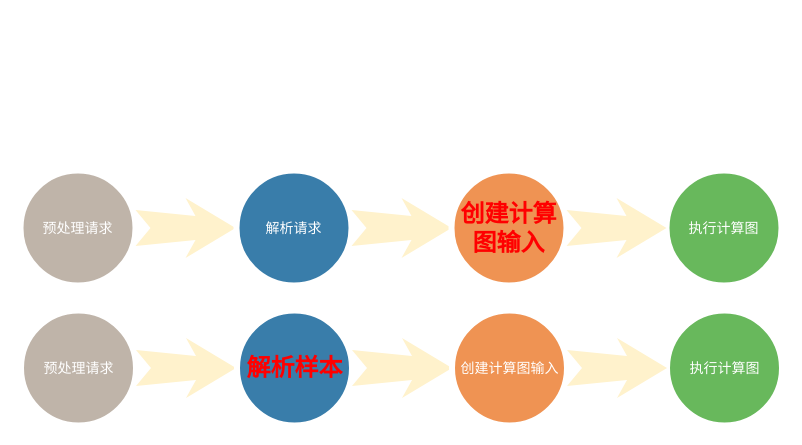
Before: serving四阶段图.drawio in 111qqz/2018FALL, a draw.io diagram. Source tidied: cells renumbered, new cells numbered last; positions are measured from the earlier drawing's top-left corner, leaving out a move shared by most shapes. Both pictures are drawn from the tidied source at 100%, with x=0, y=0 at pixel (20, 170).
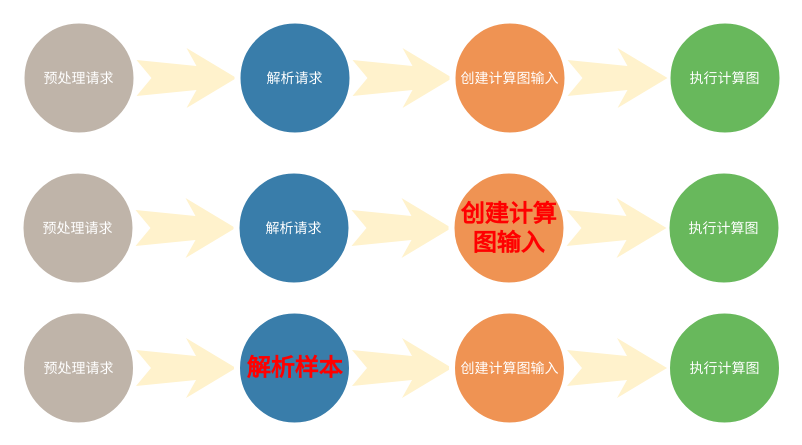
Above is the later version.

Commit message:
更新原始四阶段图

Change to the diagram source:
```diff
@@
+    <mxCell id="16" value="预处理请求" style="ellipse;whiteSpace=wrap;html=1;rounded=0;shadow=0;strokeWidth=6;fontSize=14;align=center;fillColor=#BFB4A9;strokeColor=#FFFFFF;fontColor=#FFFFFF;" parent="1" vertex="1">
+      <mxGeometry x="1" y="-150" width="115" height="115" as="geometry" />
+    </mxCell>
+    <mxCell id="17" style="html=1;shadow=0;dashed=0;align=center;verticalAlign=middle;shape=mxgraph.arrows2.stylisedArrow;dy=0.6;dx=40;notch=15;feather=0.4;rounded=0;strokeWidth=1;fontSize=27;strokeColor=none;fillColor=#fff2cc;" parent="1" vertex="1">
+      <mxGeometry x="116" y="-122.5" width="100" height="60" as="geometry" />
+    </mxCell>
+    <mxCell id="18" value="解析请求" style="ellipse;whiteSpace=wrap;html=1;rounded=0;shadow=0;strokeWidth=6;fontSize=14;align=center;fillColor=#397DAA;strokeColor=#FFFFFF;fontColor=#FFFFFF;" parent="1" vertex="1">
+      <mxGeometry x="217" y="-150" width="115" height="115" as="geometry" />
+    </mxCell>
+    <mxCell id="19" style="html=1;shadow=0;dashed=0;align=center;verticalAlign=middle;shape=mxgraph.arrows2.stylisedArrow;dy=0.6;dx=40;notch=15;feather=0.4;rounded=0;strokeWidth=1;fontSize=27;strokeColor=none;fillColor=#fff2cc;" parent="1" vertex="1">
+      <mxGeometry x="332" y="-122.5" width="100" height="60" as="geometry" />
+    </mxCell>
+    <mxCell id="20" value="创建计算图输入" style="ellipse;whiteSpace=wrap;html=1;rounded=0;shadow=0;strokeWidth=6;fontSize=14;align=center;fillColor=#EF9353;strokeColor=#FFFFFF;fontColor=#FFFFFF;" parent="1" vertex="1">
+      <mxGeometry x="432" y="-150" width="115" height="115" as="geometry" />
+    </mxCell>
+    <mxCell id="21" value="执行计算图" style="ellipse;whiteSpace=wrap;html=1;rounded=0;shadow=0;strokeWidth=6;fontSize=14;align=center;fillColor=#68B85C;strokeColor=#FFFFFF;fontColor=#FFFFFF;" parent="1" vertex="1">
+      <mxGeometry x="647" y="-150" width="115" height="115" as="geometry" />
+    </mxCell>
+    <mxCell id="22" style="html=1;shadow=0;dashed=0;align=center;verticalAlign=middle;shape=mxgraph.arrows2.stylisedArrow;dy=0.6;dx=40;notch=15;feather=0.4;rounded=0;strokeWidth=1;fontSize=27;strokeColor=none;fillColor=#fff2cc;" parent="1" vertex="1">
+      <mxGeometry x="547" y="-122.5" width="100" height="60" as="geometry" />
+    </mxCell>
```
